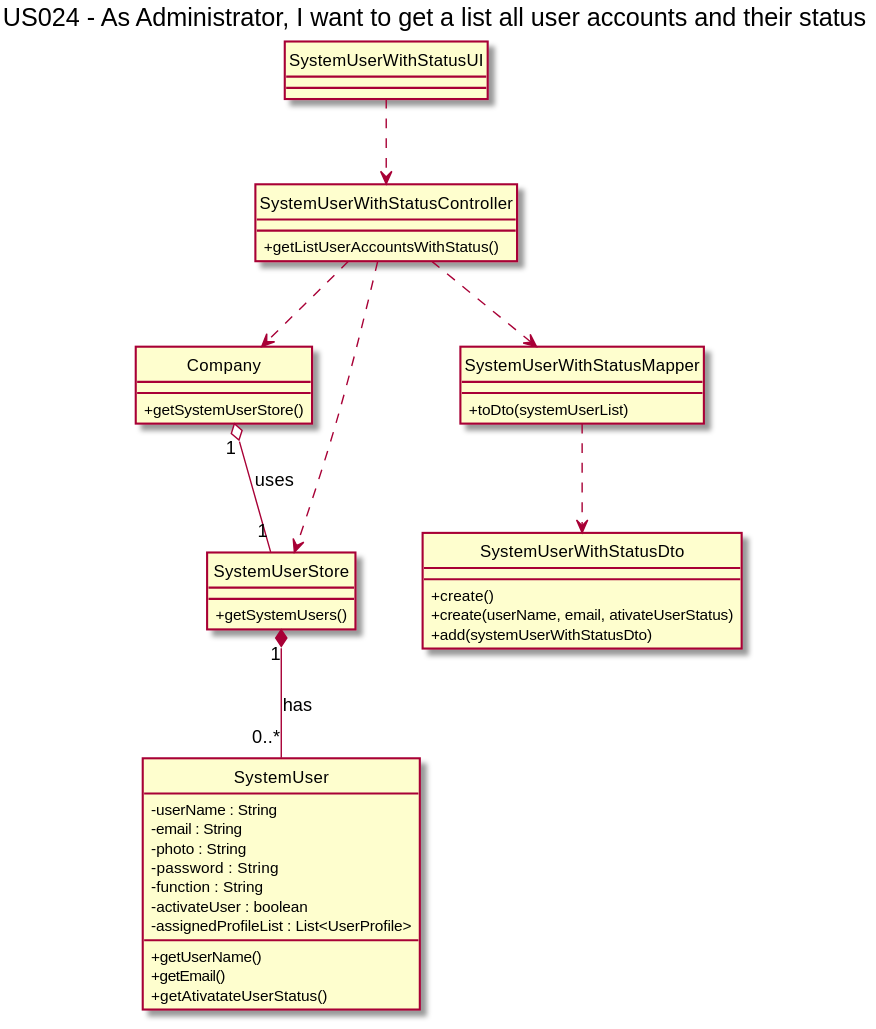
The PlantUML diagram docs/Sprint3/US024/US024-CD.svg in nunogon1211787/projectManagement, before a commit.
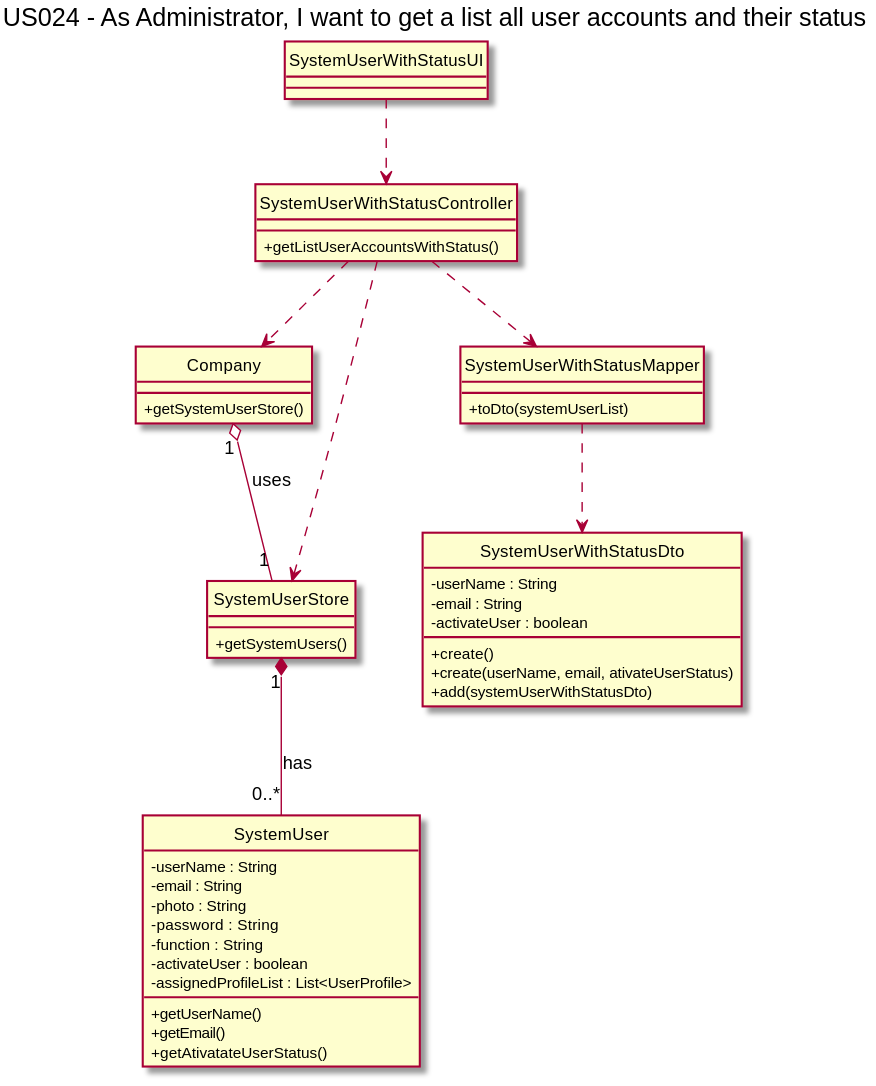
Above is the later version.

Diff of the diagram source:
```diff
@@ -40,6 +40,9 @@
 }
 
 class SystemUserWithStatusDto {
+-userName : String
+-email : String
+-activateUser : boolean
 +create()
 +create(userName, email, ativateUserStatus)
 +add(systemUserWithStatusDto)
```
